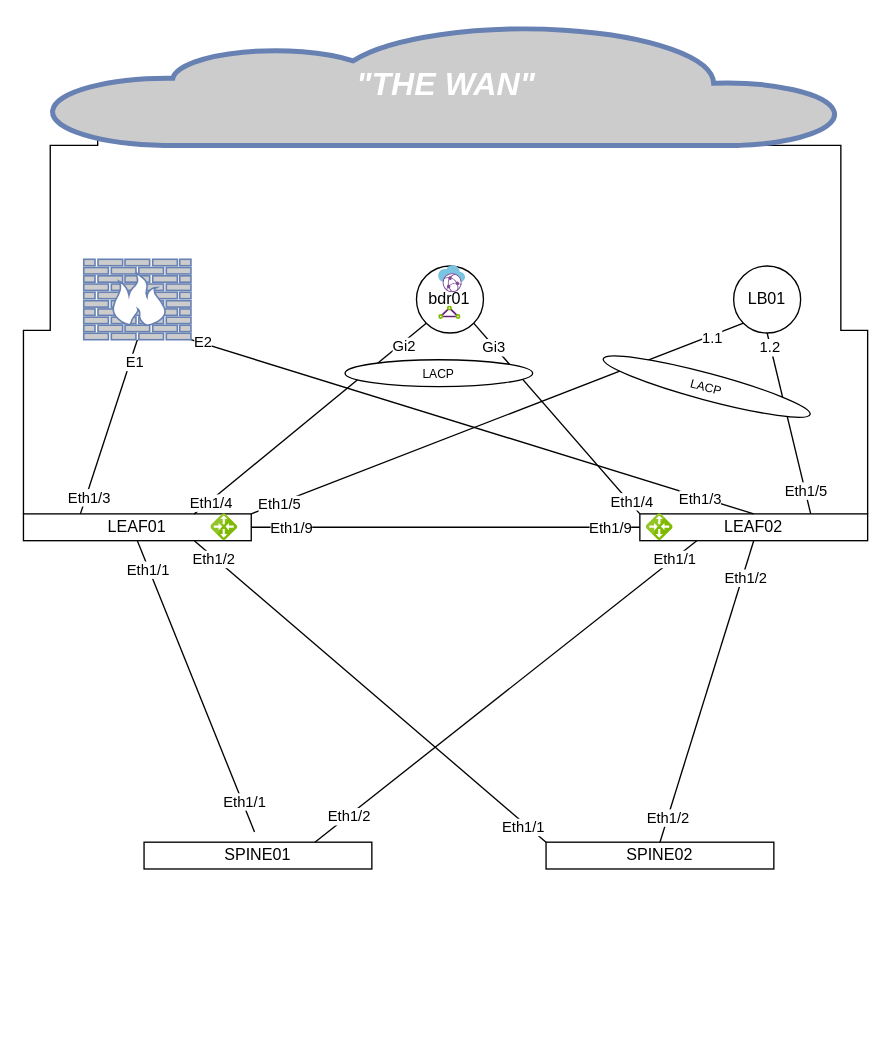
Earlier version of the draw.io diagram page "Physical Topology" (1 of 3) of gns3-validation-design.drawio (innanetguru/cloud-network-demo). Source tidied: cells renumbered, new cells numbered last; positions are measured from the earlier drawing's top-left corner, leaving out a move shared by most shapes. Both pictures are drawn from the tidied source at 134%, with x=0, y=0 at pixel (23, 24).
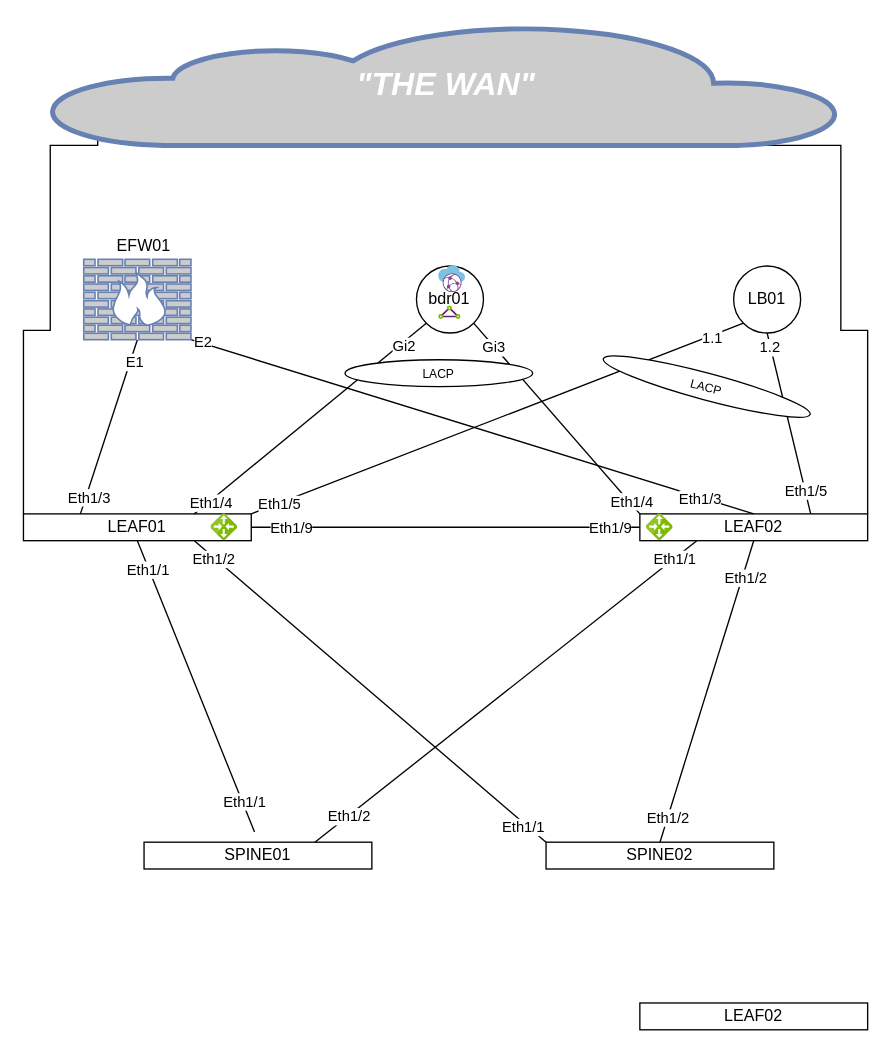
The same page after the edit.

Diff of the diagram source:
```diff
@@
+    <mxCell id="51" value="EFW01" style="text;html=1;strokeColor=none;fillColor=none;align=center;verticalAlign=middle;whiteSpace=wrap;rounded=0;" parent="1" vertex="1">
+      <mxGeometry x="70" y="155" width="40" height="20" as="geometry" />
+    </mxCell>
+    <mxCell id="52" value="LEAF02" style="rounded=0;whiteSpace=wrap;html=1;" parent="1" vertex="1">
+      <mxGeometry x="460" y="730" width="170" height="20" as="geometry" />
+    </mxCell>
```
